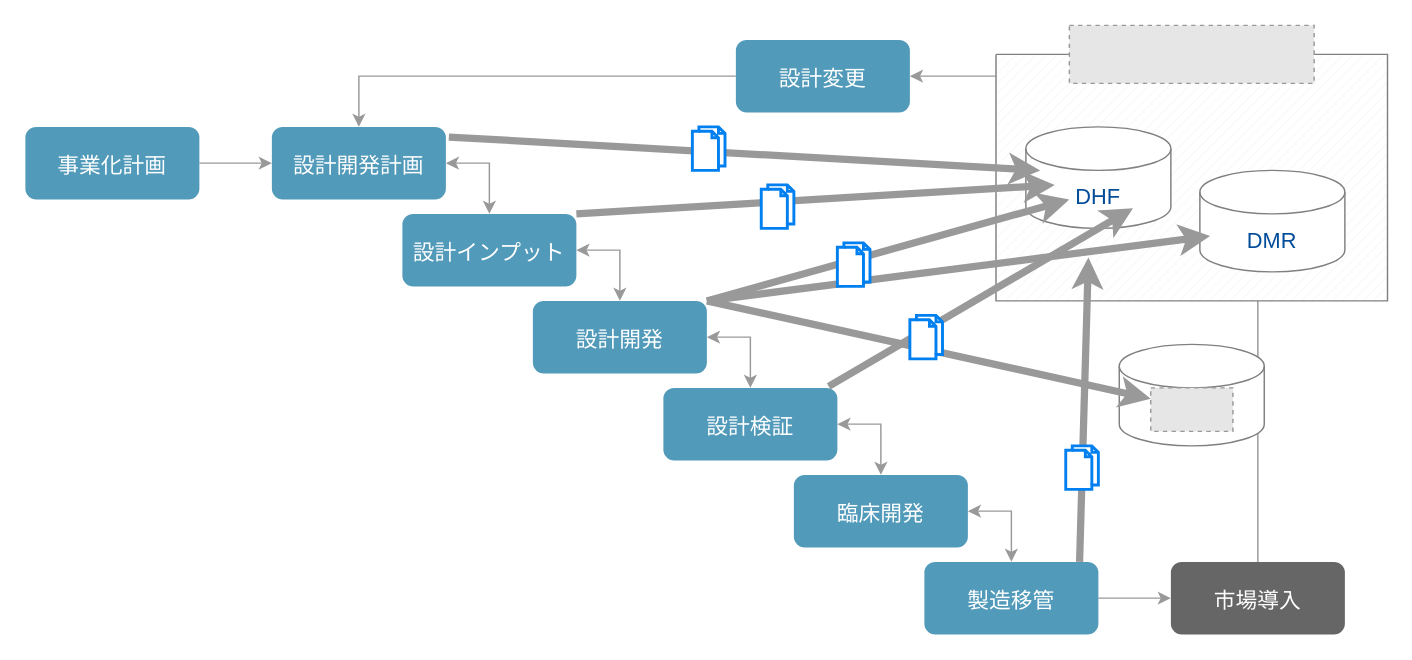
YuseiKawai/Otsuka keeps this draw.io diagram as page "DocStorage" (6 of 9) of DDProcess.drawio. Above is the earlier version. Source tidied: cells renumbered, new cells numbered last; positions are measured from the earlier drawing's top-left corner, leaving out a move shared by most shapes. Both pictures are drawn from the tidied source at 145%, with x=0, y=0 at pixel (25, 25). Pictures stored in the file or linked from it are replaced by grey dashed boxes.
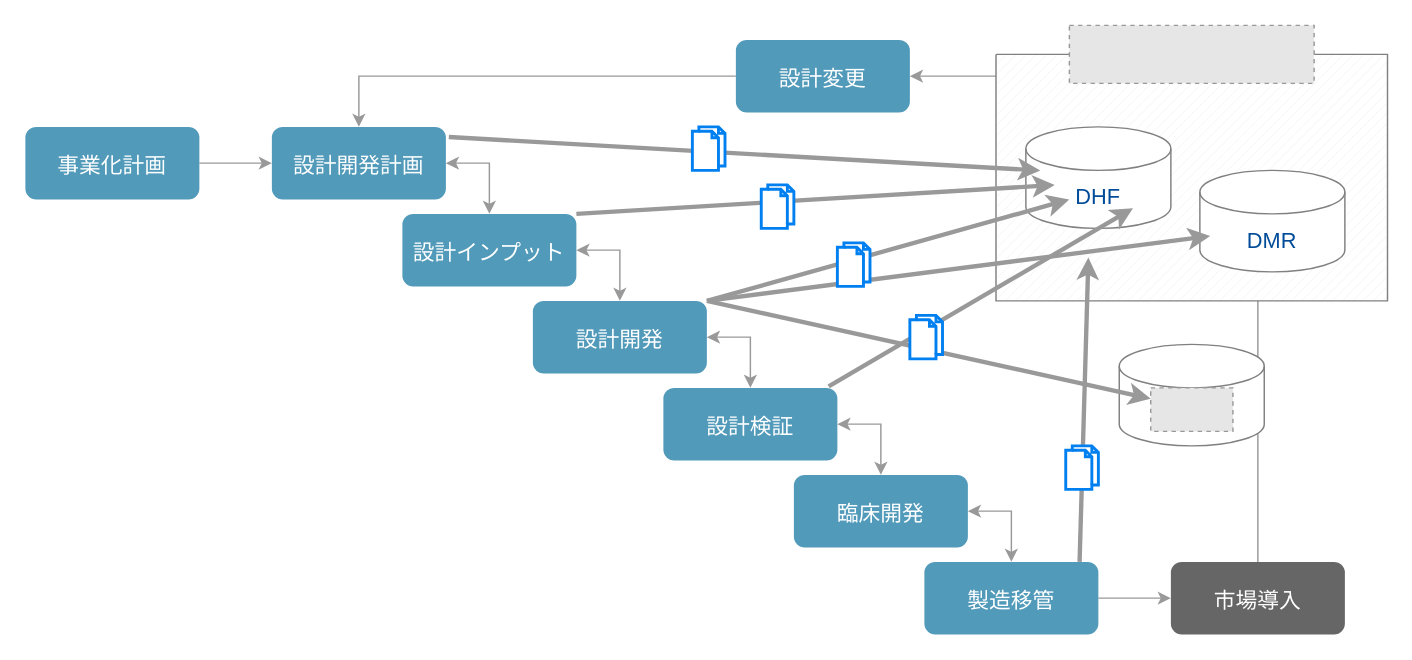
The same diagram, later.

Unchanged cells that the change refers to:
```xml
<mxCell id="5" value="設計開発計画" style="rounded=1;whiteSpace=wrap;html=1;fontFamily=Noto Sans;fillColor=#529ABA;strokeColor=none;sketch=0;strokeWidth=1;perimeterSpacing=0;fontSize=15;fontColor=#FFFFFF;" parent="1" vertex="1">
  <mxGeometry x="170" y="70" width="120" height="50" as="geometry" />
</mxCell>
<mxCell id="7" value="設計インプット" style="rounded=1;whiteSpace=wrap;html=1;fontFamily=Noto Sans;fillColor=#529ABA;strokeColor=none;sketch=0;strokeWidth=1;perimeterSpacing=0;fontSize=15;fontColor=#FFFFFF;" parent="1" vertex="1">
  <mxGeometry x="260" y="130" width="120" height="50" as="geometry" />
</mxCell>
<mxCell id="9" value="設計開発" style="rounded=1;whiteSpace=wrap;html=1;fontFamily=Noto Sans;fillColor=#529ABA;strokeColor=none;sketch=0;strokeWidth=1;perimeterSpacing=0;fontSize=15;fontColor=#FFFFFF;" parent="1" vertex="1">
  <mxGeometry x="350" y="190" width="120" height="50" as="geometry" />
</mxCell>
<mxCell id="11" value="設計検証" style="rounded=1;whiteSpace=wrap;html=1;fontFamily=Noto Sans;fillColor=#529ABA;strokeColor=none;sketch=0;strokeWidth=1;perimeterSpacing=0;fontSize=15;fontColor=#FFFFFF;" parent="1" vertex="1">
  <mxGeometry x="440" y="250" width="120" height="50" as="geometry" />
</mxCell>
<mxCell id="15" value="製造移管" style="rounded=1;whiteSpace=wrap;html=1;fontFamily=Noto Sans;fillColor=#529ABA;strokeColor=none;sketch=0;strokeWidth=1;perimeterSpacing=0;fontSize=15;fontColor=#FFFFFF;" parent="1" vertex="1">
  <mxGeometry x="620" y="370" width="120" height="50" as="geometry" />
</mxCell>
<mxCell id="21" style="verticalLabelPosition=bottom;verticalAlign=top;html=1;shape=mxgraph.basic.patternFillRect;fillStyle=diag;step=5;fillStrokeWidth=0.2;fillStrokeColor=#dddddd;rounded=1;shadow=0;glass=0;sketch=0;fontSize=15;fontColor=#FFFFFF;strokeColor=#808080;strokeWidth=1;fillColor=default;" parent="20" vertex="1">
  <mxGeometry y="20" width="270" height="170" as="geometry" />
</mxCell>
<mxCell id="27" style="fillColor=#E6E6E6;strokeColor=#999999;dashed=1;verticalLabelPosition=bottom;labelBackgroundColor=#ffffff;verticalAlign=top;" parent="25" vertex="1">
  <mxGeometry x="21.7" y="30" width="56.7" height="30" as="geometry" />
</mxCell>
```

The edit, as a diff of the source:
```diff
@@
-    <mxCell id="28" style="endArrow=classic;html=1;rounded=0;fontSize=15;fontColor=#004C99;strokeColor=#999999;strokeWidth=5;fillColor=#CCCCCC;exitX=1.017;exitY=0.14;exitDx=0;exitDy=0;exitPerimeter=0;entryX=0.113;entryY=0.471;entryDx=0;entryDy=0;entryPerimeter=0;" parent="1" edge="1" source="5" target="21">
+    <mxCell id="28" style="endArrow=classic;html=1;rounded=0;fontSize=15;fontColor=#004C99;strokeColor=#999999;strokeWidth=3;fillColor=#CCCCCC;exitX=1.017;exitY=0.14;exitDx=0;exitDy=0;exitPerimeter=0;entryX=0.113;entryY=0.471;entryDx=0;entryDy=0;entryPerimeter=0;" parent="1" edge="1" source="5" target="21">
       <mxGeometry relative="1" as="geometry" />
     </mxCell>
@@
-    <mxCell id="30" style="endArrow=classic;html=1;rounded=0;fontSize=15;fontColor=#004C99;strokeColor=#999999;strokeWidth=5;fillColor=#CCCCCC;exitX=1;exitY=0;exitDx=0;exitDy=0;entryX=0.113;entryY=0.471;entryDx=0;entryDy=0;entryPerimeter=0;" parent="1" edge="1" source="7">
+    <mxCell id="30" style="endArrow=classic;html=1;rounded=0;fontSize=15;fontColor=#004C99;strokeColor=#999999;strokeWidth=3;fillColor=#CCCCCC;exitX=1;exitY=0;exitDx=0;exitDy=0;entryX=0.113;entryY=0.471;entryDx=0;entryDy=0;entryPerimeter=0;" parent="1" edge="1" source="7">
       <mxGeometry relative="1" as="geometry">
         <mxPoint x="709.9" y="110.1" as="targetPoint" />
       </mxGeometry>
     </mxCell>
@@
-    <mxCell id="32" style="endArrow=classic;html=1;rounded=0;fontSize=15;fontColor=#004C99;strokeColor=#999999;strokeWidth=5;fillColor=#CCCCCC;exitX=1;exitY=0;exitDx=0;exitDy=0;entryX=0.113;entryY=0.471;entryDx=0;entryDy=0;entryPerimeter=0;" parent="1" edge="1" source="9">
+    <mxCell id="32" style="endArrow=classic;html=1;rounded=0;fontSize=15;fontColor=#004C99;strokeColor=#999999;strokeWidth=3;fillColor=#CCCCCC;exitX=1;exitY=0;exitDx=0;exitDy=0;entryX=0.113;entryY=0.471;entryDx=0;entryDy=0;entryPerimeter=0;" parent="1" edge="1" source="9">
       <mxGeometry relative="1" as="geometry">
         <mxPoint x="719.9" y="120.1" as="targetPoint" />
       </mxGeometry>
     </mxCell>
-    <mxCell id="33" style="endArrow=classic;html=1;rounded=0;fontSize=15;fontColor=#004C99;strokeColor=#999999;strokeWidth=5;fillColor=#CCCCCC;entryX=0.547;entryY=0.737;entryDx=0;entryDy=0;entryPerimeter=0;" parent="1" edge="1" target="21">
+    <mxCell id="33" style="endArrow=classic;html=1;rounded=0;fontSize=15;fontColor=#004C99;strokeColor=#999999;strokeWidth=3;fillColor=#CCCCCC;entryX=0.547;entryY=0.737;entryDx=0;entryDy=0;entryPerimeter=0;" parent="1" edge="1" target="21">
       <mxGeometry relative="1" as="geometry">
         <mxPoint x="470" y="190" as="sourcePoint" />
       </mxGeometry>
     </mxCell>
@@
-    <mxCell id="35" style="endArrow=classic;html=1;rounded=0;fontSize=15;fontColor=#004C99;strokeColor=#999999;strokeWidth=5;fillColor=#CCCCCC;entryX=0.35;entryY=0.624;entryDx=0;entryDy=0;entryPerimeter=0;exitX=0.95;exitY=-0.02;exitDx=0;exitDy=0;exitPerimeter=0;" parent="1" edge="1" source="11" target="21">
+    <mxCell id="35" style="endArrow=classic;html=1;rounded=0;fontSize=15;fontColor=#004C99;strokeColor=#999999;strokeWidth=3;fillColor=#CCCCCC;entryX=0.35;entryY=0.624;entryDx=0;entryDy=0;entryPerimeter=0;exitX=0.95;exitY=-0.02;exitDx=0;exitDy=0;exitPerimeter=0;" parent="1" edge="1" source="11" target="21">
       <mxGeometry relative="1" as="geometry" />
     </mxCell>
-    <mxCell id="36" style="endArrow=classic;html=1;rounded=0;fontSize=15;fontColor=#004C99;strokeColor=#999999;strokeWidth=5;fillColor=#CCCCCC;entryX=0;entryY=0.25;entryDx=0;entryDy=0;exitX=1;exitY=0;exitDx=0;exitDy=0;" parent="1" edge="1" source="9" target="27">
+    <mxCell id="36" style="endArrow=classic;html=1;rounded=0;fontSize=15;fontColor=#004C99;strokeColor=#999999;strokeWidth=3;fillColor=#CCCCCC;entryX=0;entryY=0.25;entryDx=0;entryDy=0;exitX=1;exitY=0;exitDx=0;exitDy=0;" parent="1" edge="1" source="9" target="27">
       <mxGeometry relative="1" as="geometry" />
     </mxCell>
@@
-    <mxCell id="38" style="endArrow=classic;html=1;rounded=0;fontSize=15;fontColor=#004C99;strokeColor=#999999;strokeWidth=5;fillColor=#CCCCCC;entryX=0.236;entryY=0.824;entryDx=0;entryDy=0;entryPerimeter=0;exitX=0.892;exitY=0;exitDx=0;exitDy=0;exitPerimeter=0;" parent="1" edge="1" source="15" target="21">
+    <mxCell id="38" style="endArrow=classic;html=1;rounded=0;fontSize=15;fontColor=#004C99;strokeColor=#999999;strokeWidth=3;fillColor=#CCCCCC;entryX=0.236;entryY=0.824;entryDx=0;entryDy=0;entryPerimeter=0;exitX=0.892;exitY=0;exitDx=0;exitDy=0;exitPerimeter=0;" parent="1" edge="1" source="15" target="21">
       <mxGeometry relative="1" as="geometry" />
     </mxCell>
```
